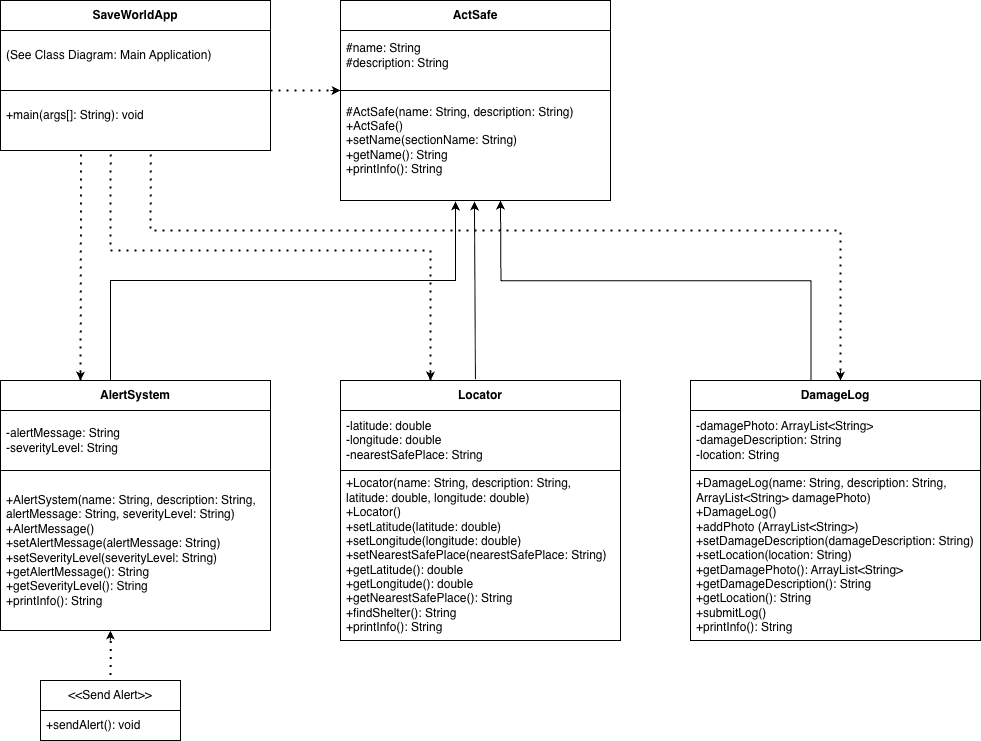
Before: ActSafe.png, a diagram exported from draw.io (Namuun612/OOP2025). Source tidied: cells renumbered, new cells last; positions are measured from the earlier drawing's top-left corner, leaving out a move shared by most shapes.
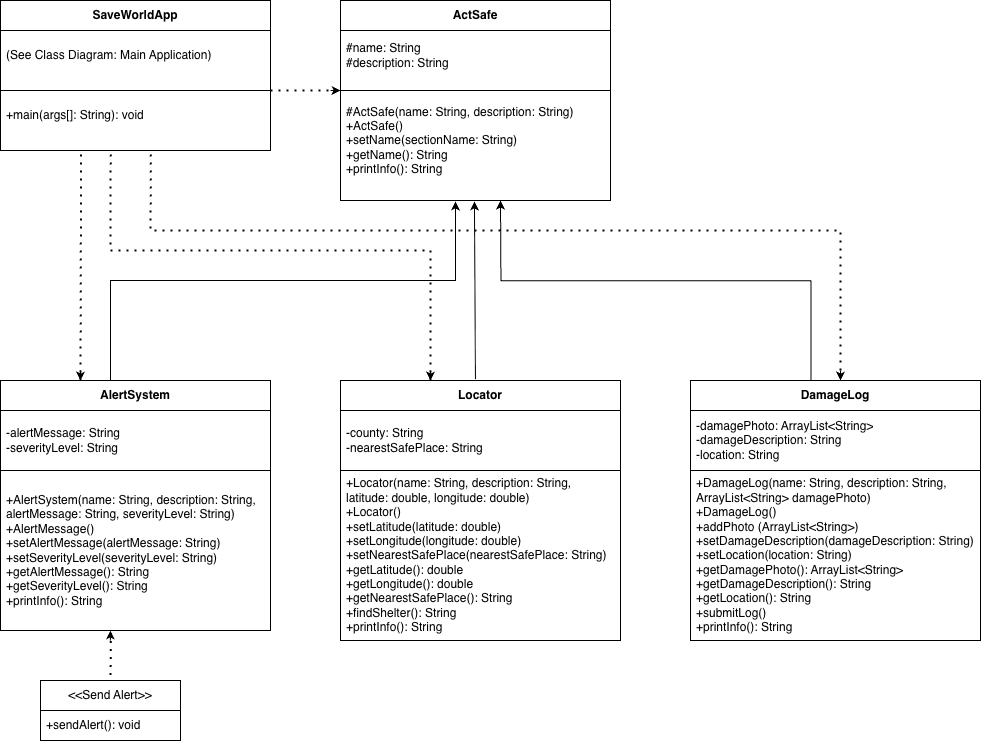
After the change.

Diff of the diagram source:
```diff
@@ -29,7 +29,7 @@
     <mxCell id="10" value="List" style="swimlane;fontStyle=0;horizontal=1;startSize=30;whiteSpace=wrap;html=1;" parent="1" vertex="1">
       <mxGeometry x="340" y="380" width="280" height="260" as="geometry" />
     </mxCell>
-    <mxCell id="11" value="-latitude: double&lt;div&gt;-longitude: double&lt;br&gt;&lt;div&gt;-nearestSafePlace: String&lt;/div&gt;&lt;/div&gt;" style="text;strokeColor=none;fillColor=none;align=left;verticalAlign=middle;spacingLeft=4;spacingRight=4;overflow=hidden;whiteSpace=wrap;html=1;" parent="10" vertex="1">
+    <mxCell id="11" value="&lt;div&gt;-county: String&lt;br&gt;&lt;div&gt;-nearestSafePlace: String&lt;/div&gt;&lt;/div&gt;" style="text;strokeColor=none;fillColor=none;align=left;verticalAlign=middle;spacingLeft=4;spacingRight=4;overflow=hidden;whiteSpace=wrap;html=1;" parent="10" vertex="1">
       <mxGeometry y="30" width="280" height="60" as="geometry" />
     </mxCell>
     <mxCell id="12" value="&lt;div&gt;+Locator(name:&amp;nbsp;&lt;span style=&quot;background-color: transparent; color: light-dark(rgb(0, 0, 0), rgb(255, 255, 255));&quot;&gt;String&lt;/span&gt;&lt;span style=&quot;background-color: transparent; color: light-dark(rgb(0, 0, 0), rgb(255, 255, 255));&quot;&gt;, description:&amp;nbsp;&lt;/span&gt;&lt;span style=&quot;background-color: transparent; color: light-dark(rgb(0, 0, 0), rgb(255, 255, 255));&quot;&gt;String&lt;/span&gt;&lt;span style=&quot;background-color: transparent; color: light-dark(rgb(0, 0, 0), rgb(255, 255, 255));&quot;&gt;, latitude:&amp;nbsp;&lt;/span&gt;&lt;span style=&quot;background-color: transparent; color: light-dark(rgb(0, 0, 0), rgb(255, 255, 255));&quot;&gt;double&lt;/span&gt;&lt;span style=&quot;background-color: transparent; color: light-dark(rgb(0, 0, 0), rgb(255, 255, 255));&quot;&gt;, longitude:&amp;nbsp;&lt;/span&gt;&lt;span style=&quot;background-color: transparent; color: light-dark(rgb(0, 0, 0), rgb(255, 255, 255));&quot;&gt;double&lt;/span&gt;&lt;span style=&quot;background-color: transparent; color: light-dark(rgb(0, 0, 0), rgb(255, 255, 255));&quot;&gt;)&lt;/span&gt;&lt;/div&gt;&lt;div&gt;+Locator()&lt;/div&gt;+setLatitude(latitude: double)&lt;div&gt;+setLongitude(longitude:&amp;nbsp;&lt;span style=&quot;background-color: transparent; color: light-dark(rgb(0, 0, 0), rgb(255, 255, 255));&quot;&gt;double&lt;/span&gt;&lt;span style=&quot;background-color: transparent; color: light-dark(rgb(0, 0, 0), rgb(255, 255, 255));&quot;&gt;)&lt;/span&gt;&lt;/div&gt;&lt;div&gt;+setNearestSafePlace(nearestSafePlace:&amp;nbsp;&lt;span style=&quot;background-color: transparent; color: light-dark(rgb(0, 0, 0), rgb(255, 255, 255));&quot;&gt;String&lt;/span&gt;&lt;span style=&quot;background-color: transparent; color: light-dark(rgb(0, 0, 0), rgb(255, 255, 255));&quot;&gt;)&lt;/span&gt;&lt;/div&gt;&lt;div&gt;+getLatitude(): double&lt;/div&gt;&lt;div&gt;+getLongitude(): double&lt;/div&gt;&lt;div&gt;+getNearestSafePlace(): String&lt;/div&gt;&lt;div&gt;+findShelter(): String&lt;/div&gt;&lt;div&gt;+printInfo(): String&lt;/div&gt;" style="text;strokeColor=none;fillColor=none;align=left;verticalAlign=middle;spacingLeft=4;spacingRight=4;overflow=hidden;whiteSpace=wrap;html=1;" parent="10" vertex="1">
```
